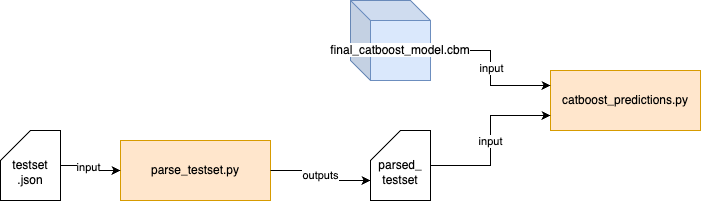
Earlier version of the draw.io export .github/assets/usage_flow.png (hoofangyu/dsa4262). Source tidied: cells renumbered, new cells last; positions are measured from the earlier drawing's top-left corner, leaving out a move shared by most shapes. Its diagram source:
```xml
<mxGraphModel background="#ffffff">
  <root>
    <mxCell id="0" />
    <mxCell id="1" parent="0" />
    <mxCell id="2" value="catboost_predictions.py" style="rounded=0;whiteSpace=wrap;html=1;fillColor=#ffe6cc;strokeColor=#d79b00;" parent="1" vertex="1">
      <mxGeometry x="550" y="70" width="150" height="60" as="geometry" />
    </mxCell>
    <mxCell id="3" value="parse_testset.py" style="rounded=0;whiteSpace=wrap;html=1;fillColor=#ffe6cc;strokeColor=#d79b00;" parent="1" vertex="1">
      <mxGeometry x="120" y="140" width="150" height="60" as="geometry" />
    </mxCell>
    <mxCell id="4" style="edgeStyle=orthogonalEdgeStyle;rounded=0;jettySize=auto;html=1;exitX=1;exitY=0.5;exitDx=0;exitDy=0;exitPerimeter=0;entryX=0;entryY=0.5;entryDx=0;entryDy=0;" parent="1" edge="1" source="6" target="3">
      <mxGeometry relative="1" as="geometry" />
    </mxCell>
    <mxCell id="5" value="input" style="edgeLabel;html=1;align=center;verticalAlign=middle;" parent="4" vertex="1">
      <mxGeometry x="-0.18" y="-1" relative="1" as="geometry" />
    </mxCell>
    <mxCell id="6" value="&lt;div&gt;&lt;br&gt;&lt;/div&gt;&lt;div&gt;testset&lt;/div&gt;.json" style="shape=card;whiteSpace=wrap;html=1;" parent="1" vertex="1">
      <mxGeometry y="130" width="60" height="70" as="geometry" />
    </mxCell>
    <mxCell id="7" style="edgeStyle=orthogonalEdgeStyle;rounded=0;jettySize=auto;html=1;exitX=0;exitY=0;exitDx=80;exitDy=50;exitPerimeter=0;entryX=0;entryY=0.25;entryDx=0;entryDy=0;" parent="1" edge="1" source="9" target="2">
      <mxGeometry relative="1" as="geometry" />
    </mxCell>
    <mxCell id="8" value="input" style="edgeLabel;html=1;align=center;verticalAlign=middle;" parent="7" vertex="1">
      <mxGeometry x="0.01" relative="1" as="geometry" />
    </mxCell>
    <mxCell id="9" value="&lt;span style=&quot;background-color: rgb(255, 255, 255);&quot;&gt;final_catboost_model.cbm&lt;/span&gt;" style="shape=cube;whiteSpace=wrap;html=1;boundedLbl=1;backgroundOutline=1;darkOpacity=0.05;darkOpacity2=0.1;fillColor=#dae8fc;strokeColor=#6c8ebf;" parent="1" vertex="1">
      <mxGeometry x="350" width="80" height="80" as="geometry" />
    </mxCell>
    <mxCell id="10" style="edgeStyle=orthogonalEdgeStyle;rounded=0;jettySize=auto;html=1;exitX=1;exitY=0.5;exitDx=0;exitDy=0;exitPerimeter=0;entryX=0;entryY=0.75;entryDx=0;entryDy=0;" parent="1" edge="1" source="12" target="2">
      <mxGeometry relative="1" as="geometry" />
    </mxCell>
    <mxCell id="11" value="input" style="edgeLabel;html=1;align=center;verticalAlign=middle;" parent="10" vertex="1">
      <mxGeometry x="-0.45" y="1" relative="1" as="geometry">
        <mxPoint x="14" y="-24" as="offset" />
      </mxGeometry>
    </mxCell>
    <mxCell id="12" value="&lt;div&gt;&lt;br&gt;&lt;/div&gt;parsed_&lt;div&gt;testset&lt;div&gt;&lt;/div&gt;&lt;/div&gt;" style="shape=card;whiteSpace=wrap;html=1;" parent="1" vertex="1">
      <mxGeometry x="370" y="130" width="60" height="70" as="geometry" />
    </mxCell>
    <mxCell id="13" value="outputs" style="edgeStyle=orthogonalEdgeStyle;rounded=0;jettySize=auto;html=1;exitX=1;exitY=0.5;exitDx=0;exitDy=0;entryX=0;entryY=0;entryDx=0;entryDy=50;entryPerimeter=0;" parent="1" edge="1" source="3" target="12">
      <mxGeometry relative="1" as="geometry" />
    </mxCell>
  </root>
</mxGraphModel>
```
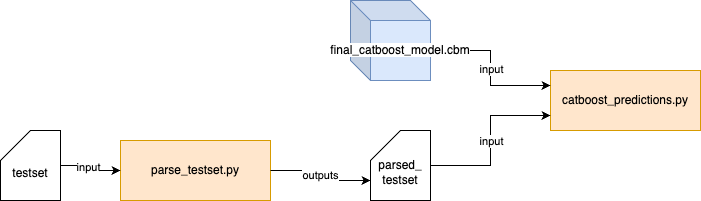
The same file after the commit.

What changed in the source:
```diff
@@ -14,7 +14,7 @@
     <mxCell id="5" value="input" style="edgeLabel;html=1;align=center;verticalAlign=middle;" parent="4" vertex="1">
       <mxGeometry x="-0.18" y="-1" relative="1" as="geometry" />
     </mxCell>
-    <mxCell id="6" value="&lt;div&gt;&lt;br&gt;&lt;/div&gt;&lt;div&gt;testset&lt;/div&gt;.json" style="shape=card;whiteSpace=wrap;html=1;" parent="1" vertex="1">
+    <mxCell id="6" value="&lt;div&gt;&lt;br&gt;&lt;/div&gt;&lt;div&gt;testset&lt;/div&gt;" style="shape=card;whiteSpace=wrap;html=1;" parent="1" vertex="1">
       <mxGeometry y="130" width="60" height="70" as="geometry" />
     </mxCell>
     <mxCell id="7" style="edgeStyle=orthogonalEdgeStyle;rounded=0;jettySize=auto;html=1;exitX=0;exitY=0;exitDx=80;exitDy=50;exitPerimeter=0;entryX=0;entryY=0.25;entryDx=0;entryDy=0;" parent="1" edge="1" source="9" target="2">
```
